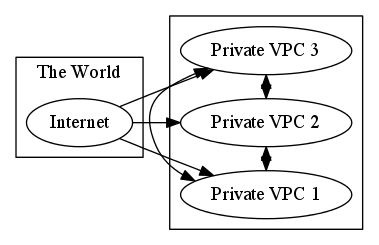
Earlier version of the Graphviz export docs/test.png (jpancoast/cloudsetup). Its source is kept beside it as docs/test.dot.
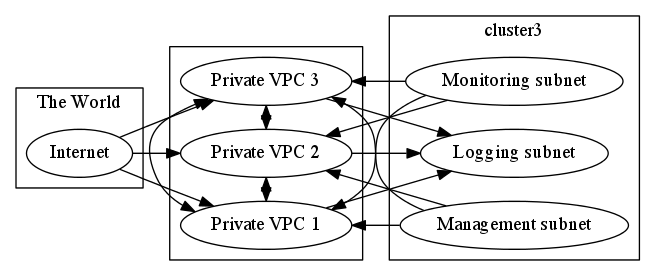
After the commit.

Commit message:
almost there with the basic layout starting from scratch

The edit, as a diff of the source:
```diff
@@ -16,15 +16,40 @@
         }
     }
 
+    subgraph cluster3
+    {
+        label="cluster3"
+        "Logging subnet";
+        "Monitoring subnet";
+        "Management subnet";
+
+        {
+            rank="same";
+            "Logging subnet";
+            "Monitoring subnet";
+            "Management subnet";
+        }
+    }
 
 
 
     Internet -> "Private VPC 1" [constraint=false];
     Internet -> "Private VPC 2";
+    Internet -> "Private VPC 3"[constraint=false];
+
     "Private VPC 1" -> "Private VPC 2"[dir="both"];
-    "Private VPC 1" -> "Private VPC 3"[dir="both"]
-    "Private VPC 2" -> "Private VPC 3"[dir="both"]
+    "Private VPC 1" -> "Private VPC 3"[dir="both"];
+    "Private VPC 2" -> "Private VPC 3"[dir="both"];
 
-    Internet -> "Private VPC 3"[constraint=false]
+    "Private VPC 1" -> "Logging subnet";
+    "Private VPC 2" -> "Logging subnet";
+    "Private VPC 3" -> "Logging subnet";
 
+    "Monitoring subnet" -> "Private VPC 1"[constraint=false];
+    "Monitoring subnet" -> "Private VPC 2";
+    "Monitoring subnet" -> "Private VPC 3";
+
+    "Management subnet" -> "Private VPC 1"[constraint=false];
+    "Management subnet" -> "Private VPC 2"[constraint=false];
+    "Management subnet" -> "Private VPC 3"[constraint=false];
 }
```
